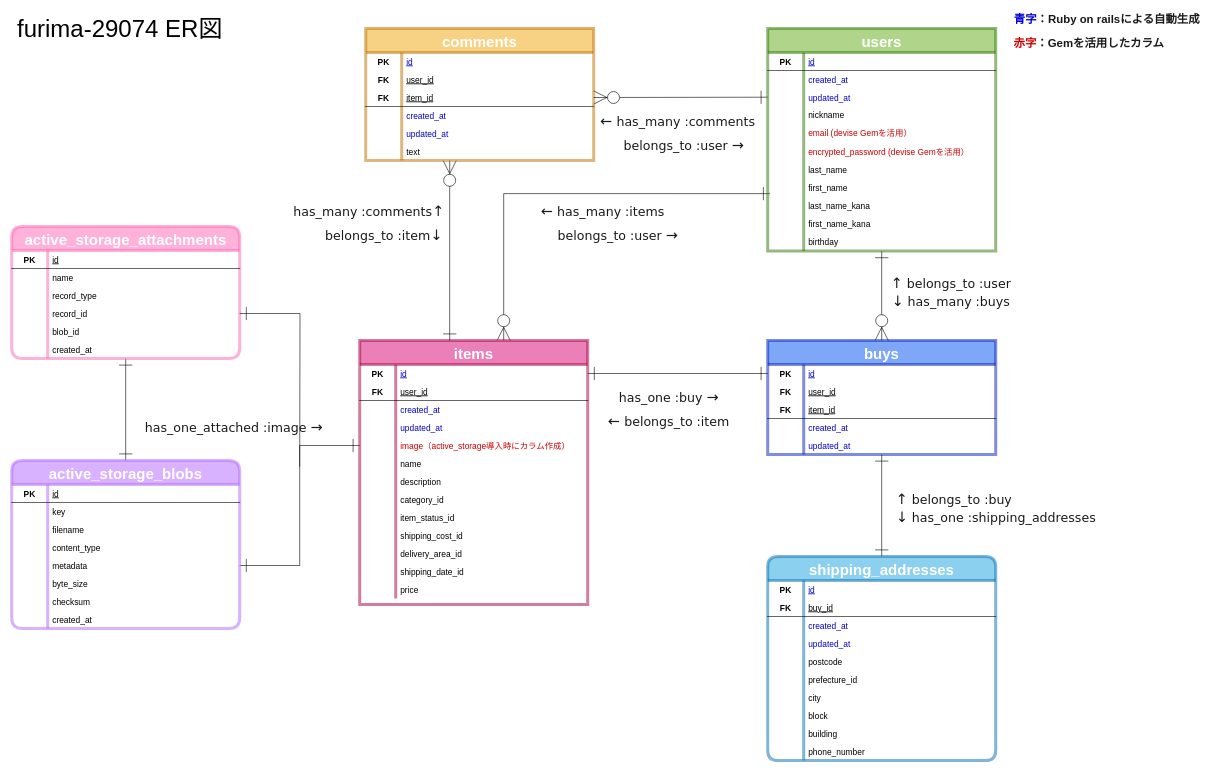
This is RE.dio from k-foo/furima-29074, a draw.io file, before an edit. Source tidied: cells renumbered, new cells numbered last; positions are measured from the earlier drawing's top-left corner, leaving out a move shared by most shapes. Both pictures are drawn from the tidied source at 60%, with x=0, y=0 at pixel (11, 10).
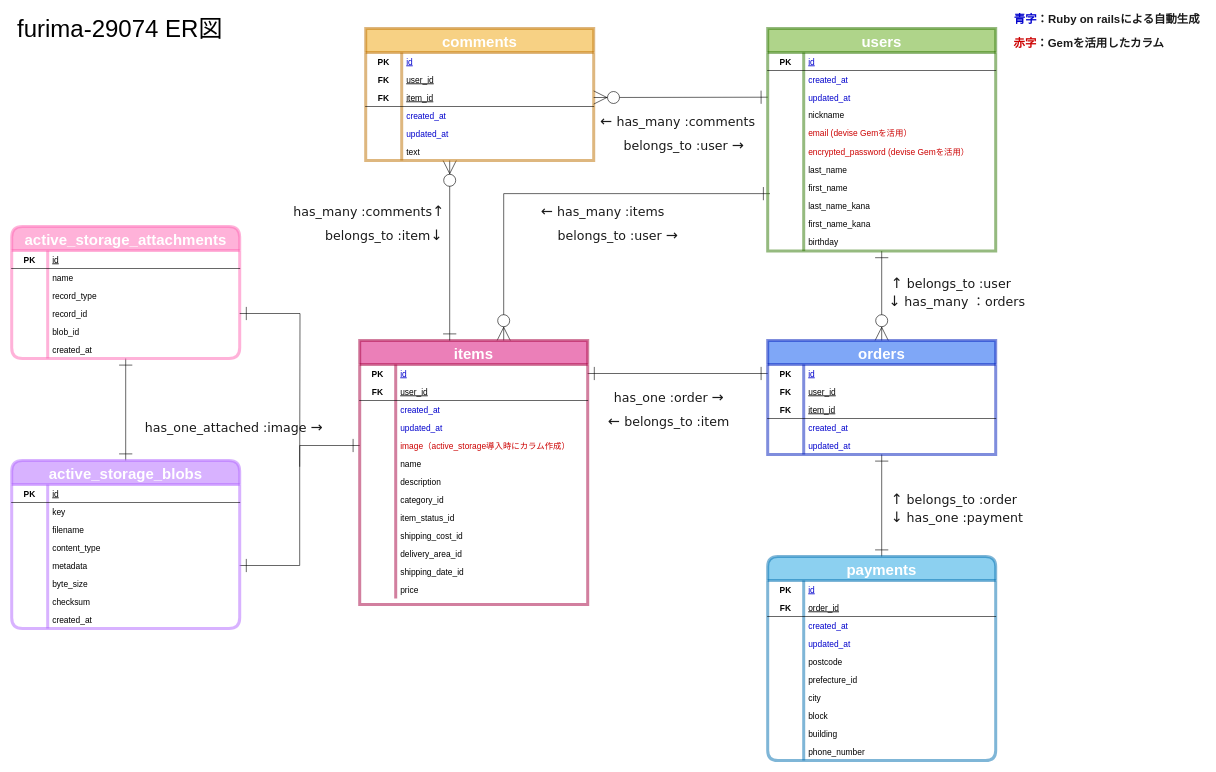
Above is the later version.

Commit message (it also covers changes not shown here):
READMEとER図の修正

モデルの名前をわかりやすい名詞にするため。

The change refers to these unchanged cells:
```xml
<mxCell id="135" style="shape=partialRectangle;fillColor=none;top=0;left=0;bottom=1;right=0;" parent="131" vertex="1">
  <mxGeometry y="70" width="380" height="30" as="geometry" />
</mxCell>
```

What changed in the source:
```diff
@@
-    <mxCell id="13" value="&lt;font color=&quot;#1a1a1a&quot;&gt;&lt;font face=&quot;Verdana&quot; style=&quot;font-size: 24px&quot;&gt;↓&lt;/font&gt;&lt;font face=&quot;Verdana&quot; style=&quot;font-size: 21px&quot;&gt; has_many :buys&lt;/font&gt;&lt;/font&gt;" style="text;html=1;align=center;verticalAlign=middle;fontSize=19;fontColor=#003366;labelBackgroundColor=none;" parent="1" vertex="1">
-      <mxGeometry x="1455" y="470" width="220" height="30" as="geometry" />
+    <mxCell id="13" value="&lt;font face=&quot;Verdana&quot; style=&quot;color: rgb(26 , 26 , 26) ; font-size: 24px&quot;&gt;↓&lt;/font&gt;&lt;font face=&quot;Verdana&quot; style=&quot;color: rgb(26 , 26 , 26) ; font-size: 21px&quot;&gt; has_many ：orders&lt;/font&gt;" style="text;html=1;align=center;verticalAlign=middle;fontSize=19;fontColor=#003366;labelBackgroundColor=none;" parent="1" vertex="1">
+      <mxGeometry x="1450" y="470" width="250" height="30" as="geometry" />
     </mxCell>
-    <mxCell id="14" value="&lt;font face=&quot;Verdana&quot; color=&quot;#1a1a1a&quot;&gt;&lt;font style=&quot;font-size: 24px&quot;&gt;↓&lt;/font&gt;&lt;font style=&quot;font-size: 21px&quot;&gt;&amp;nbsp;has_one :shipping_addresses&lt;/font&gt;&lt;/font&gt;" style="text;html=1;align=center;verticalAlign=middle;fontSize=19;fontColor=#FFFFFF;" parent="1" vertex="1">
-      <mxGeometry x="1460" y="830" width="360" height="30" as="geometry" />
+    <mxCell id="14" value="&lt;font face=&quot;Verdana&quot; color=&quot;#1a1a1a&quot;&gt;&lt;font style=&quot;font-size: 24px&quot;&gt;↓&lt;/font&gt;&lt;font style=&quot;font-size: 21px&quot;&gt;&amp;nbsp;has_one :payment&lt;/font&gt;&lt;/font&gt;" style="text;html=1;align=center;verticalAlign=middle;fontSize=19;fontColor=#FFFFFF;" parent="1" vertex="1">
+      <mxGeometry x="1455" y="830" width="240" height="30" as="geometry" />
     </mxCell>
-    <mxCell id="15" value="&lt;font color=&quot;#1a1a1a&quot;&gt;&lt;font face=&quot;Verdana&quot; style=&quot;font-size: 24px&quot;&gt;↑&lt;/font&gt;&lt;font face=&quot;Verdana&quot; style=&quot;font-size: 21px&quot;&gt;&amp;nbsp;&lt;/font&gt;&lt;span style=&quot;font-family: &amp;#34;verdana&amp;#34; ; font-size: 21px&quot;&gt;belongs_to&lt;/span&gt;&lt;font face=&quot;Verdana&quot; style=&quot;font-size: 21px&quot;&gt;&amp;nbsp;:buy&lt;/font&gt;&lt;/font&gt;" style="text;html=1;align=center;verticalAlign=middle;fontSize=19;fontColor=#FFFFFF;" parent="1" vertex="1">
-      <mxGeometry x="1460" y="800" width="220" height="30" as="geometry" />
+    <mxCell id="15" value="&lt;font color=&quot;#1a1a1a&quot;&gt;&lt;font face=&quot;Verdana&quot; style=&quot;font-size: 24px&quot;&gt;↑&lt;/font&gt;&lt;font face=&quot;Verdana&quot; style=&quot;font-size: 21px&quot;&gt;&amp;nbsp;&lt;/font&gt;&lt;span style=&quot;font-family: &amp;#34;verdana&amp;#34; ; font-size: 21px&quot;&gt;belongs_to&lt;/span&gt;&lt;font face=&quot;Verdana&quot; style=&quot;font-size: 21px&quot;&gt;&amp;nbsp;:order&lt;/font&gt;&lt;/font&gt;" style="text;html=1;align=center;verticalAlign=middle;fontSize=19;fontColor=#FFFFFF;" parent="1" vertex="1">
+      <mxGeometry x="1450" y="800" width="240" height="30" as="geometry" />
     </mxCell>
@@
-    <mxCell id="17" value="&lt;font color=&quot;#1a1a1a&quot;&gt;&lt;font face=&quot;Verdana&quot; style=&quot;font-size: 21px&quot;&gt;has_one :buy &lt;/font&gt;&lt;font face=&quot;Verdana&quot; style=&quot;font-size: 24px&quot;&gt;→&lt;/font&gt;&lt;/font&gt;" style="text;html=1;align=center;verticalAlign=middle;fontSize=19;fontColor=#FFFFFF;" parent="1" vertex="1">
-      <mxGeometry x="1000" y="630" width="190" height="30" as="geometry" />
+    <mxCell id="17" value="&lt;font color=&quot;#1a1a1a&quot;&gt;&lt;font face=&quot;Verdana&quot; style=&quot;font-size: 21px&quot;&gt;has_one :order&amp;nbsp;&lt;/font&gt;&lt;font face=&quot;Verdana&quot; style=&quot;font-size: 24px&quot;&gt;→&lt;/font&gt;&lt;/font&gt;" style="text;html=1;align=center;verticalAlign=middle;fontSize=19;fontColor=#FFFFFF;" parent="1" vertex="1">
+      <mxGeometry x="990" y="630" width="210" height="30" as="geometry" />
     </mxCell>
@@
-    <mxCell id="115" value="buys" style="shape=table;startSize=40;childLayout=tableLayout;rowLines=0;fontStyle=1;align=center;rounded=0;strokeWidth=5;fontSize=25;fontColor=#ffffff;fillColor=#0050ef;strokeColor=#001DBC;opacity=50;" parent="1" vertex="1">
+    <mxCell id="115" value="orders" style="shape=table;startSize=40;childLayout=tableLayout;rowLines=0;fontStyle=1;align=center;rounded=0;strokeWidth=5;fontSize=25;fontColor=#ffffff;fillColor=#0050ef;strokeColor=#001DBC;opacity=50;" parent="1" vertex="1">
       <mxGeometry x="1260" y="550" width="380" height="190" as="geometry" />
     </mxCell>
@@
-    <mxCell id="131" value="shipping_addresses" style="shape=table;startSize=40;childLayout=tableLayout;rowLines=0;fontStyle=1;align=center;rounded=1;sketch=0;strokeWidth=5;fontSize=25;opacity=50;fillColor=#1ba1e2;strokeColor=#006EAF;fontColor=#ffffff;arcSize=14;" parent="1" vertex="1">
+    <mxCell id="131" value="payments" style="shape=table;startSize=40;childLayout=tableLayout;rowLines=0;fontStyle=1;align=center;rounded=1;sketch=0;strokeWidth=5;fontSize=25;opacity=50;fillColor=#1ba1e2;strokeColor=#006EAF;fontColor=#ffffff;arcSize=14;" parent="1" vertex="1">
       <mxGeometry x="1260" y="910" width="380" height="340" as="geometry" />
     </mxCell>
@@
-    <mxCell id="137" value="buy_id" style="shape=partialRectangle;fillColor=none;top=0;left=0;bottom=0;right=0;align=left;spacingLeft=6;fontStyle=4;overflow=hidden;fontSize=14;" parent="135" vertex="1">
+    <mxCell id="137" value="order_id" style="shape=partialRectangle;fillColor=none;top=0;left=0;bottom=0;right=0;align=left;spacingLeft=6;fontStyle=4;overflow=hidden;fontSize=14;" parent="135" vertex="1">
       <mxGeometry x="60" width="320" height="30" as="geometry" />
     </mxCell>
```
